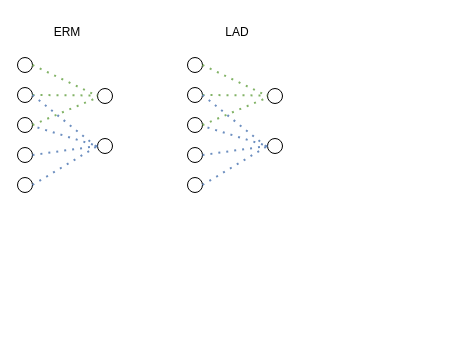
Before: lad.drawio in infiniteaim/Repository-from-Anonus, a draw.io diagram. Source tidied: cells renumbered, new cells numbered last; positions are measured from the earlier drawing's top-left corner, leaving out a move shared by most shapes. Both pictures are drawn from the tidied source at 100%, with x=0, y=0 at pixel (17, 17).
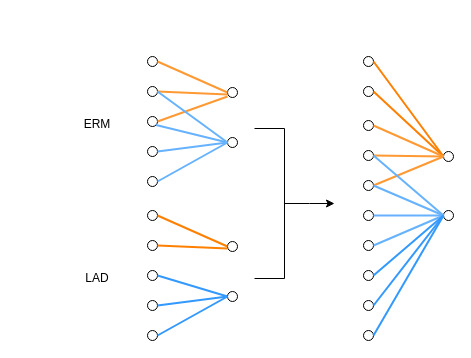
Above is the later version.

Change to the diagram source:
```diff
@@
     <mxCell id="2" style="ellipse;whiteSpace=wrap;html=1;" parent="1" vertex="1">
-      <mxGeometry y="40" width="15" height="15" as="geometry" />
+      <mxGeometry x="130" y="39" width="10" height="10" as="geometry" />
     </mxCell>
     <mxCell id="3" style="ellipse;whiteSpace=wrap;html=1;" parent="1" vertex="1">
-      <mxGeometry y="70" width="15" height="15" as="geometry" />
+      <mxGeometry x="130" y="69" width="10" height="10" as="geometry" />
     </mxCell>
     <mxCell id="4" style="ellipse;whiteSpace=wrap;html=1;" parent="1" vertex="1">
-      <mxGeometry y="100" width="15" height="15" as="geometry" />
+      <mxGeometry x="130" y="99" width="10" height="10" as="geometry" />
     </mxCell>
     <mxCell id="5" style="ellipse;whiteSpace=wrap;html=1;" parent="1" vertex="1">
-      <mxGeometry y="130" width="15" height="15" as="geometry" />
+      <mxGeometry x="130" y="129" width="10" height="10" as="geometry" />
     </mxCell>
     <mxCell id="6" style="ellipse;whiteSpace=wrap;html=1;" parent="1" vertex="1">
-      <mxGeometry y="160" width="15" height="15" as="geometry" />
+      <mxGeometry x="130" y="159" width="10" height="10" as="geometry" />
     </mxCell>
     <mxCell id="7" style="ellipse;whiteSpace=wrap;html=1;" parent="1" vertex="1">
-      <mxGeometry x="80" y="71" width="15" height="15" as="geometry" />
+      <mxGeometry x="210" y="70" width="10" height="10" as="geometry" />
     </mxCell>
     <mxCell id="8" style="ellipse;whiteSpace=wrap;html=1;" parent="1" vertex="1">
-      <mxGeometry x="80" y="121" width="15" height="15" as="geometry" />
+      <mxGeometry x="210" y="120" width="10" height="10" as="geometry" />
     </mxCell>
-    <mxCell id="9" style="endArrow=none;dashed=1;html=1;dashPattern=1 3;strokeWidth=2;rounded=0;fillColor=#d5e8d4;strokeColor=#82b366;exitX=1;exitY=0.5;exitDx=0;exitDy=0;entryX=0;entryY=0.5;entryDx=0;entryDy=0;" parent="1" edge="1" source="2" target="7">
+    <mxCell id="9" style="endArrow=none;html=1;strokeWidth=2;rounded=0;fillColor=#d5e8d4;strokeColor=#FF9933;exitX=1;exitY=0.5;exitDx=0;exitDy=0;entryX=0;entryY=0.5;entryDx=0;entryDy=0;" parent="1" edge="1" source="2" target="7">
       <mxGeometry relative="1" as="geometry" />
     </mxCell>
-    <mxCell id="10" style="endArrow=none;dashed=1;html=1;dashPattern=1 3;strokeWidth=2;rounded=0;fillColor=#d5e8d4;strokeColor=#82b366;exitX=1;exitY=0.5;exitDx=0;exitDy=0;" parent="1" edge="1" source="3">
+    <mxCell id="10" style="endArrow=none;html=1;strokeWidth=2;rounded=0;fillColor=#d5e8d4;strokeColor=#FF9933;exitX=1;exitY=0.5;exitDx=0;exitDy=0;" parent="1" edge="1" source="3">
       <mxGeometry relative="1" as="geometry">
-        <mxPoint x="80" y="78" as="targetPoint" />
+        <mxPoint x="210" y="77" as="targetPoint" />
       </mxGeometry>
     </mxCell>
-    <mxCell id="11" style="endArrow=none;dashed=1;html=1;dashPattern=1 3;strokeWidth=2;rounded=0;fillColor=#d5e8d4;strokeColor=#82b366;exitX=1;exitY=0.5;exitDx=0;exitDy=0;" parent="1" edge="1" source="4">
+    <mxCell id="11" style="endArrow=none;html=1;strokeWidth=2;rounded=0;fillColor=#d5e8d4;strokeColor=#FF9933;exitX=1;exitY=0.5;exitDx=0;exitDy=0;" parent="1" edge="1" source="4">
       <mxGeometry relative="1" as="geometry">
-        <mxPoint x="80" y="80" as="targetPoint" />
+        <mxPoint x="210" y="79" as="targetPoint" />
       </mxGeometry>
     </mxCell>
-    <mxCell id="12" style="endArrow=none;dashed=1;html=1;dashPattern=1 3;strokeWidth=2;rounded=0;fillColor=#dae8fc;strokeColor=#6c8ebf;entryX=0;entryY=0.5;entryDx=0;entryDy=0;" parent="1" edge="1" target="8">
-      <mxGeometry relative="1" as="geometry">
-        <mxPoint x="20" y="110" as="sourcePoint" />
-      </mxGeometry>
+    <mxCell id="12" style="endArrow=none;html=1;strokeWidth=2;rounded=0;fillColor=#dae8fc;strokeColor=#66B2FF;entryX=0;entryY=0.5;entryDx=0;entryDy=0;exitX=1;exitY=1;exitDx=0;exitDy=0;" parent="1" edge="1" source="4" target="8">
+      <mxGeometry relative="1" as="geometry" />
     </mxCell>
-    <mxCell id="13" style="endArrow=none;dashed=1;html=1;dashPattern=1 3;strokeWidth=2;rounded=0;fillColor=#dae8fc;strokeColor=#6c8ebf;exitX=1;exitY=0.5;exitDx=0;exitDy=0;" parent="1" edge="1" source="3">
-      <mxGeometry relative="1" as="geometry">
-        <mxPoint x="80" y="130" as="targetPoint" />
-      </mxGeometry>
+    <mxCell id="13" style="endArrow=none;html=1;strokeWidth=2;rounded=0;fillColor=#dae8fc;strokeColor=#66B2FF;exitX=1;exitY=0.5;exitDx=0;exitDy=0;entryX=0;entryY=0.5;entryDx=0;entryDy=0;" parent="1" edge="1" source="3" target="8">
+      <mxGeometry relative="1" as="geometry" />
     </mxCell>
-    <mxCell id="14" style="endArrow=none;dashed=1;html=1;dashPattern=1 3;strokeWidth=2;rounded=0;fillColor=#dae8fc;strokeColor=#6c8ebf;exitX=1;exitY=0.5;exitDx=0;exitDy=0;entryX=0;entryY=0.5;entryDx=0;entryDy=0;" parent="1" edge="1" source="5" target="8">
+    <mxCell id="14" style="endArrow=none;html=1;strokeWidth=2;rounded=0;fillColor=#dae8fc;strokeColor=#66B2FF;exitX=1;exitY=0.5;exitDx=0;exitDy=0;entryX=0;entryY=0.5;entryDx=0;entryDy=0;" parent="1" edge="1" source="5" target="8">
       <mxGeometry relative="1" as="geometry" />
     </mxCell>
-    <mxCell id="15" style="endArrow=none;dashed=1;html=1;dashPattern=1 3;strokeWidth=2;rounded=0;fillColor=#dae8fc;strokeColor=#6c8ebf;exitX=1;exitY=0.5;exitDx=0;exitDy=0;entryX=0;entryY=0.5;entryDx=0;entryDy=0;" parent="1" edge="1" source="6" target="8">
+    <mxCell id="15" style="endArrow=none;html=1;strokeWidth=2;rounded=0;fillColor=#dae8fc;strokeColor=#66B2FF;exitX=1;exitY=0.5;exitDx=0;exitDy=0;entryX=0;entryY=0.5;entryDx=0;entryDy=0;" parent="1" edge="1" source="6" target="8">
       <mxGeometry relative="1" as="geometry" />
     </mxCell>
     <mxCell id="16" value="ERM" style="text;html=1;align=center;verticalAlign=middle;whiteSpace=wrap;rounded=0;" parent="1" vertex="1">
-      <mxGeometry x="20" width="60" height="30" as="geometry" />
+      <mxGeometry x="50" y="91.5" width="60" height="30" as="geometry" />
     </mxCell>
     <mxCell id="17" style="ellipse;whiteSpace=wrap;html=1;" parent="1" vertex="1">
-      <mxGeometry x="170" y="40" width="15" height="15" as="geometry" />
+      <mxGeometry x="130" y="193" width="10" height="10" as="geometry" />
     </mxCell>
     <mxCell id="18" style="ellipse;whiteSpace=wrap;html=1;" parent="1" vertex="1">
-      <mxGeometry x="170" y="70" width="15" height="15" as="geometry" />
+      <mxGeometry x="130" y="223" width="10" height="10" as="geometry" />
     </mxCell>
     <mxCell id="19" style="ellipse;whiteSpace=wrap;html=1;" parent="1" vertex="1">
-      <mxGeometry x="170" y="100" width="15" height="15" as="geometry" />
+      <mxGeometry x="130" y="253" width="10" height="10" as="geometry" />
     </mxCell>
     <mxCell id="20" style="ellipse;whiteSpace=wrap;html=1;" parent="1" vertex="1">
-      <mxGeometry x="170" y="130" width="15" height="15" as="geometry" />
+      <mxGeometry x="130" y="283" width="10" height="10" as="geometry" />
     </mxCell>
     <mxCell id="21" style="ellipse;whiteSpace=wrap;html=1;" parent="1" vertex="1">
-      <mxGeometry x="170" y="160" width="15" height="15" as="geometry" />
+      <mxGeometry x="130" y="313" width="10" height="10" as="geometry" />
     </mxCell>
     <mxCell id="22" style="ellipse;whiteSpace=wrap;html=1;" parent="1" vertex="1">
-      <mxGeometry x="250" y="71" width="15" height="15" as="geometry" />
+      <mxGeometry x="210" y="224" width="10" height="10" as="geometry" />
     </mxCell>
     <mxCell id="23" style="ellipse;whiteSpace=wrap;html=1;" parent="1" vertex="1">
-      <mxGeometry x="250" y="121" width="15" height="15" as="geometry" />
+      <mxGeometry x="210" y="274" width="10" height="10" as="geometry" />
     </mxCell>
-    <mxCell id="24" style="endArrow=none;dashed=1;html=1;dashPattern=1 3;strokeWidth=2;rounded=0;fillColor=#d5e8d4;strokeColor=#82b366;exitX=1;exitY=0.5;exitDx=0;exitDy=0;entryX=0;entryY=0.5;entryDx=0;entryDy=0;" parent="1" edge="1" source="17" target="22">
+    <mxCell id="24" style="endArrow=none;html=1;strokeWidth=2;rounded=0;fillColor=#f8cecc;strokeColor=#FF8000;exitX=1;exitY=0.5;exitDx=0;exitDy=0;entryX=0;entryY=0.5;entryDx=0;entryDy=0;" parent="1" edge="1" source="17" target="22">
       <mxGeometry relative="1" as="geometry" />
     </mxCell>
-    <mxCell id="25" style="endArrow=none;dashed=1;html=1;dashPattern=1 3;strokeWidth=2;rounded=0;fillColor=#d5e8d4;strokeColor=#82b366;exitX=1;exitY=0.5;exitDx=0;exitDy=0;" parent="1" edge="1" source="18">
+    <mxCell id="25" style="endArrow=none;html=1;strokeWidth=2;rounded=0;fillColor=#f8cecc;strokeColor=#FF8000;exitX=1;exitY=0.5;exitDx=0;exitDy=0;" parent="1" edge="1" source="18">
       <mxGeometry relative="1" as="geometry">
-        <mxPoint x="250" y="78" as="targetPoint" />
+        <mxPoint x="210" y="231" as="targetPoint" />
       </mxGeometry>
     </mxCell>
-    <mxCell id="26" style="endArrow=none;dashed=1;html=1;dashPattern=1 3;strokeWidth=2;rounded=0;fillColor=#d5e8d4;strokeColor=#82b366;exitX=1;exitY=0.5;exitDx=0;exitDy=0;" parent="1" edge="1" source="19">
-      <mxGeometry relative="1" as="geometry">
-        <mxPoint x="250" y="80" as="targetPoint" />
-      </mxGeometry>
-    </mxCell>
-    <mxCell id="27" style="endArrow=none;dashed=1;html=1;dashPattern=1 3;strokeWidth=2;rounded=0;fillColor=#dae8fc;strokeColor=#6c8ebf;entryX=0;entryY=0.5;entryDx=0;entryDy=0;" parent="1" edge="1" target="23">
-      <mxGeometry relative="1" as="geometry">
-        <mxPoint x="190" y="110" as="sourcePoint" />
-      </mxGeometry>
+    <mxCell id="27" style="endArrow=none;html=1;strokeWidth=2;rounded=0;fillColor=#1ba1e2;strokeColor=#3399FF;entryX=0;entryY=0.5;entryDx=0;entryDy=0;exitX=1;exitY=0.5;exitDx=0;exitDy=0;" parent="1" edge="1" source="19" target="23">
+      <mxGeometry relative="1" as="geometry" />
     </mxCell>
-    <mxCell id="28" style="endArrow=none;dashed=1;html=1;dashPattern=1 3;strokeWidth=2;rounded=0;fillColor=#dae8fc;strokeColor=#6c8ebf;exitX=1;exitY=0.5;exitDx=0;exitDy=0;" parent="1" edge="1" source="18">
-      <mxGeometry relative="1" as="geometry">
-        <mxPoint x="250" y="130" as="targetPoint" />
-      </mxGeometry>
-    </mxCell>
-    <mxCell id="29" style="endArrow=none;dashed=1;html=1;dashPattern=1 3;strokeWidth=2;rounded=0;fillColor=#dae8fc;strokeColor=#6c8ebf;exitX=1;exitY=0.5;exitDx=0;exitDy=0;entryX=0;entryY=0.5;entryDx=0;entryDy=0;" parent="1" edge="1" source="20" target="23">
+    <mxCell id="29" style="endArrow=none;html=1;strokeWidth=2;rounded=0;fillColor=#1ba1e2;strokeColor=#3399FF;exitX=1;exitY=0.5;exitDx=0;exitDy=0;entryX=0;entryY=0.5;entryDx=0;entryDy=0;" parent="1" edge="1" source="20" target="23">
       <mxGeometry relative="1" as="geometry" />
     </mxCell>
-    <mxCell id="30" style="endArrow=none;dashed=1;html=1;dashPattern=1 3;strokeWidth=2;rounded=0;fillColor=#dae8fc;strokeColor=#6c8ebf;exitX=1;exitY=0.5;exitDx=0;exitDy=0;entryX=0;entryY=0.5;entryDx=0;entryDy=0;" parent="1" edge="1" source="21" target="23">
+    <mxCell id="30" style="endArrow=none;html=1;strokeWidth=2;rounded=0;fillColor=#1ba1e2;strokeColor=#3399FF;exitX=1;exitY=0.5;exitDx=0;exitDy=0;entryX=0;entryY=0.5;entryDx=0;entryDy=0;" parent="1" edge="1" source="21" target="23">
       <mxGeometry relative="1" as="geometry" />
     </mxCell>
     <mxCell id="31" value="LAD" style="text;html=1;align=center;verticalAlign=middle;whiteSpace=wrap;rounded=0;" parent="1" vertex="1">
-      <mxGeometry x="190" width="60" height="30" as="geometry" />
+      <mxGeometry x="50" y="245.5" width="60" height="30" as="geometry" />
     </mxCell>
+    <mxCell id="32" style="ellipse;whiteSpace=wrap;html=1;" parent="1" vertex="1">
+      <mxGeometry x="346" y="103" width="10" height="10" as="geometry" />
+    </mxCell>
+    <mxCell id="33" style="ellipse;whiteSpace=wrap;html=1;" parent="1" vertex="1">
+      <mxGeometry x="346" y="133" width="10" height="10" as="geometry" />
+    </mxCell>
+    <mxCell id="34" style="ellipse;whiteSpace=wrap;html=1;" parent="1" vertex="1">
+      <mxGeometry x="346" y="163" width="10" height="10" as="geometry" />
+    </mxCell>
+    <mxCell id="35" style="ellipse;whiteSpace=wrap;html=1;" parent="1" vertex="1">
+      <mxGeometry x="346" y="193" width="10" height="10" as="geometry" />
+    </mxCell>
+    <mxCell id="36" style="ellipse;whiteSpace=wrap;html=1;" parent="1" vertex="1">
+      <mxGeometry x="346" y="223" width="10" height="10" as="geometry" />
+    </mxCell>
+    <mxCell id="37" style="ellipse;whiteSpace=wrap;html=1;" parent="1" vertex="1">
+      <mxGeometry x="426" y="134" width="10" height="10" as="geometry" />
+    </mxCell>
+    <mxCell id="38" style="ellipse;whiteSpace=wrap;html=1;" parent="1" vertex="1">
+      <mxGeometry x="426" y="193" width="10" height="10" as="geometry" />
+    </mxCell>
+    <mxCell id="39" style="ellipse;whiteSpace=wrap;html=1;" parent="1" vertex="1">
+      <mxGeometry x="346" y="39" width="10" height="10" as="geometry" />
+    </mxCell>
+    <mxCell id="40" style="ellipse;whiteSpace=wrap;html=1;" parent="1" vertex="1">
+      <mxGeometry x="346" y="69" width="10" height="10" as="geometry" />
+    </mxCell>
+    <mxCell id="41" style="ellipse;whiteSpace=wrap;html=1;" parent="1" vertex="1">
+      <mxGeometry x="346" y="253" width="10" height="10" as="geometry" />
+    </mxCell>
+    <mxCell id="42" style="ellipse;whiteSpace=wrap;html=1;" parent="1" vertex="1">
+      <mxGeometry x="346" y="283" width="10" height="10" as="geometry" />
+    </mxCell>
+    <mxCell id="43" style="ellipse;whiteSpace=wrap;html=1;" parent="1" vertex="1">
+      <mxGeometry x="346" y="313" width="10" height="10" as="geometry" />
+    </mxCell>
+    <mxCell id="44" style="edgeStyle=orthogonalEdgeStyle;rounded=0;jettySize=auto;html=1;exitX=0;exitY=0.5;exitDx=0;exitDy=0;exitPerimeter=0;" parent="1" edge="1" source="45">
+      <mxGeometry relative="1" as="geometry">
+        <mxPoint x="317" y="186" as="targetPoint" />
+      </mxGeometry>
+    </mxCell>
+    <mxCell id="45" style="strokeWidth=1;html=1;shape=mxgraph.flowchart.annotation_1;align=left;flipH=1;" parent="1" vertex="1">
+      <mxGeometry x="237" y="111" width="30" height="150" as="geometry" />
+    </mxCell>
+    <mxCell id="46" style="endArrow=none;html=1;strokeWidth=2;rounded=0;fillColor=#f8cecc;strokeColor=#FF8000;exitX=1;exitY=0.5;exitDx=0;exitDy=0;entryX=0;entryY=0.5;entryDx=0;entryDy=0;" parent="1" edge="1" source="39" target="37">
+      <mxGeometry relative="1" as="geometry" />
+    </mxCell>
+    <mxCell id="47" style="endArrow=none;html=1;strokeWidth=2;rounded=0;fillColor=#f8cecc;strokeColor=#FF8000;exitX=1;exitY=0.5;exitDx=0;exitDy=0;entryX=0;entryY=0.5;entryDx=0;entryDy=0;" parent="1" edge="1" source="40" target="37">
+      <mxGeometry relative="1" as="geometry" />
+    </mxCell>
+    <mxCell id="48" style="endArrow=none;html=1;strokeWidth=2;rounded=0;fillColor=#d5e8d4;strokeColor=#FF9933;exitX=1;exitY=0.5;exitDx=0;exitDy=0;entryX=0;entryY=0.5;entryDx=0;entryDy=0;" parent="1" edge="1" source="32" target="37">
+      <mxGeometry relative="1" as="geometry" />
+    </mxCell>
+    <mxCell id="49" style="endArrow=none;html=1;strokeWidth=2;rounded=0;fillColor=#d5e8d4;strokeColor=#FF9933;exitX=1;exitY=0.5;exitDx=0;exitDy=0;entryX=0;entryY=0.5;entryDx=0;entryDy=0;" parent="1" edge="1" source="33" target="37">
+      <mxGeometry relative="1" as="geometry" />
+    </mxCell>
+    <mxCell id="50" style="endArrow=none;html=1;strokeWidth=2;rounded=0;fillColor=#d5e8d4;strokeColor=#FF9933;exitX=1;exitY=0.5;exitDx=0;exitDy=0;entryX=0;entryY=0.5;entryDx=0;entryDy=0;" parent="1" edge="1" source="34" target="37">
+      <mxGeometry relative="1" as="geometry" />
+    </mxCell>
+    <mxCell id="51" style="endArrow=none;html=1;strokeWidth=2;rounded=0;fillColor=#dae8fc;strokeColor=#66B2FF;entryX=0;entryY=0.5;entryDx=0;entryDy=0;exitX=1;exitY=0.5;exitDx=0;exitDy=0;" parent="1" edge="1" source="34" target="38">
+      <mxGeometry relative="1" as="geometry" />
+    </mxCell>
+    <mxCell id="52" style="endArrow=none;html=1;strokeWidth=2;rounded=0;fillColor=#dae8fc;strokeColor=#66B2FF;exitX=1;exitY=0.5;exitDx=0;exitDy=0;entryX=0;entryY=0.5;entryDx=0;entryDy=0;" parent="1" edge="1" source="33" target="38">
+      <mxGeometry relative="1" as="geometry" />
+    </mxCell>
+    <mxCell id="53" style="endArrow=none;html=1;strokeWidth=2;rounded=0;fillColor=#dae8fc;strokeColor=#66B2FF;exitX=1;exitY=0.5;exitDx=0;exitDy=0;entryX=0;entryY=0.5;entryDx=0;entryDy=0;" parent="1" edge="1" source="35" target="38">
+      <mxGeometry relative="1" as="geometry" />
+    </mxCell>
+    <mxCell id="54" style="endArrow=none;html=1;strokeWidth=2;rounded=0;fillColor=#dae8fc;strokeColor=#66B2FF;exitX=1;exitY=0.5;exitDx=0;exitDy=0;entryX=0;entryY=0.5;entryDx=0;entryDy=0;" parent="1" edge="1" source="36" target="38">
+      <mxGeometry relative="1" as="geometry" />
+    </mxCell>
+    <mxCell id="55" style="endArrow=none;html=1;strokeWidth=2;rounded=0;fillColor=#1ba1e2;strokeColor=#3399FF;entryX=0;entryY=0.5;entryDx=0;entryDy=0;exitX=1;exitY=0.5;exitDx=0;exitDy=0;" parent="1" edge="1" source="41" target="38">
+      <mxGeometry relative="1" as="geometry" />
+    </mxCell>
+    <mxCell id="56" style="endArrow=none;html=1;strokeWidth=2;rounded=0;fillColor=#1ba1e2;strokeColor=#3399FF;exitX=1;exitY=0.5;exitDx=0;exitDy=0;entryX=0;entryY=0.5;entryDx=0;entryDy=0;" parent="1" edge="1" source="42" target="38">
+      <mxGeometry relative="1" as="geometry" />
+    </mxCell>
+    <mxCell id="57" style="endArrow=none;html=1;strokeWidth=2;rounded=0;fillColor=#1ba1e2;strokeColor=#3399FF;exitX=1;exitY=0.5;exitDx=0;exitDy=0;entryX=0;entryY=0.5;entryDx=0;entryDy=0;" parent="1" edge="1" source="43" target="38">
+      <mxGeometry relative="1" as="geometry" />
+    </mxCell>
```
